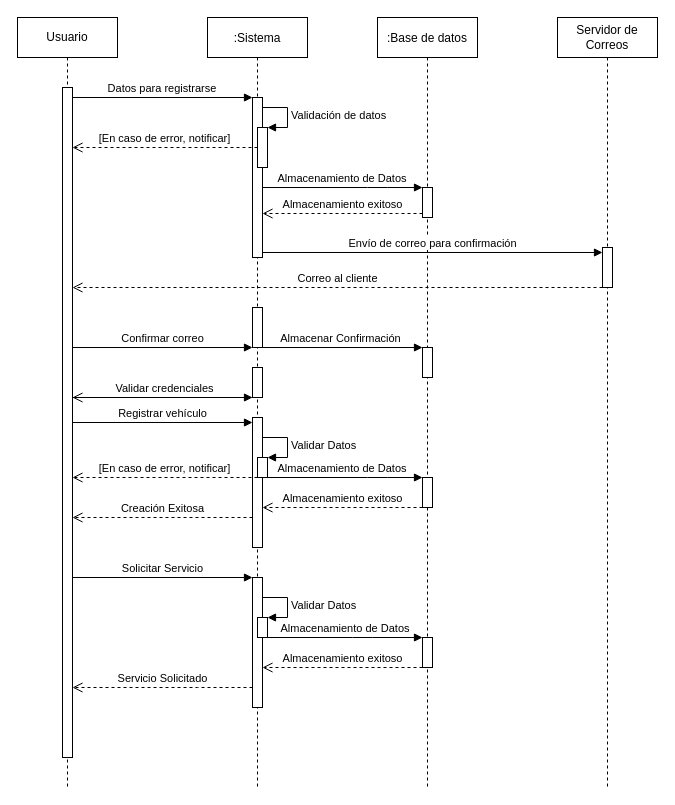
The draw.io diagram page "Diagrama de Secuencia" (3 of 5) of Diagramas Autolite.drawio in cgmerida/Diagramas-Autolite, before the edit. Source tidied: cells renumbered, new cells numbered last; positions are measured from the earlier drawing's top-left corner, leaving out a move shared by most shapes. Both pictures are drawn from the tidied source at 100%, with x=0, y=0 at pixel (17, 17).
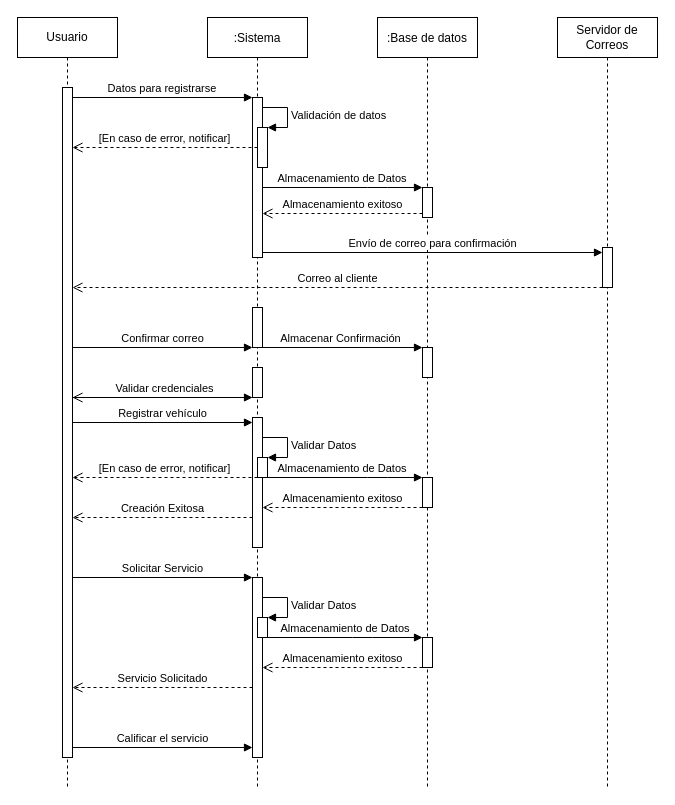
The same page after the edit.

The change refers to these unchanged cells:
```xml
<mxCell id="2" value=":Sistema" style="shape=umlLifeline;perimeter=lifelinePerimeter;rounded=0;shadow=0;strokeWidth=1;" parent="1" vertex="1">
  <mxGeometry x="190" width="100" height="770" as="geometry" />
</mxCell>
```

Diff of the diagram source:
```diff
@@
     <mxCell id="8" style="html=1;points=[];perimeter=orthogonalPerimeter;" parent="2" vertex="1">
-      <mxGeometry x="45" y="560" width="10" height="130" as="geometry" />
+      <mxGeometry x="45" y="560" width="10" height="180" as="geometry" />
     </mxCell>
@@
+    <mxCell id="42" value="Calificar el servicio" style="html=1;verticalAlign=bottom;endArrow=block;" parent="1" edge="1">
+      <mxGeometry relative="1" as="geometry">
+        <mxPoint x="55" y="730" as="sourcePoint" />
+        <mxPoint x="235" y="730" as="targetPoint" />
+      </mxGeometry>
+    </mxCell>
```
